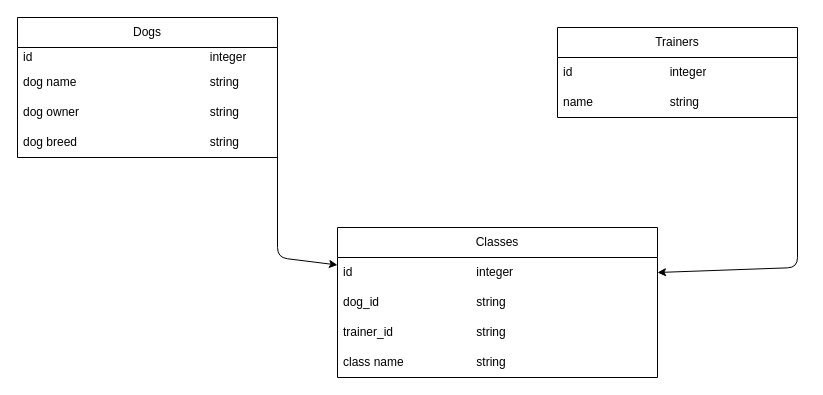
This is *.drawio from knowicki024/dog-trainers-app, a draw.io file, before an edit. Source tidied: cells renumbered, new cells numbered last; positions are measured from the earlier drawing's top-left corner, leaving out a move shared by most shapes. Both pictures are drawn from the tidied source at 100%, with x=0, y=0 at pixel (17, 17).
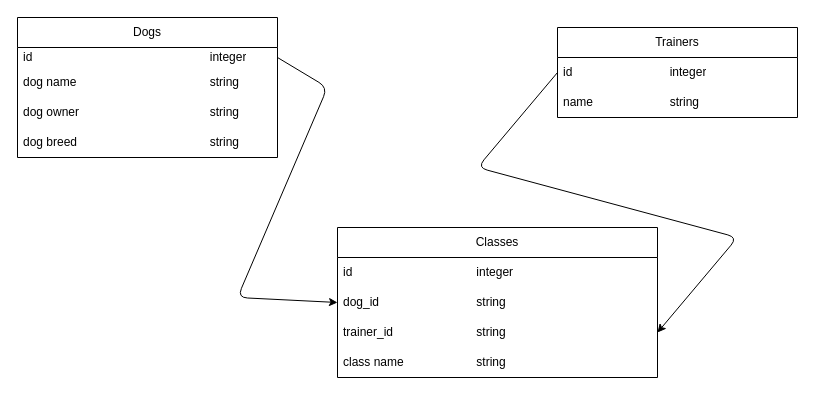
Above is the later version.

The change refers to these unchanged cells:
```xml
<mxCell id="3" value="id&lt;span style=&quot;white-space: pre;&quot;&gt;&#9;&lt;/span&gt;&lt;span style=&quot;white-space: pre;&quot;&gt;&#9;&lt;/span&gt;&lt;span style=&quot;white-space: pre;&quot;&gt;&#9;&lt;/span&gt;&lt;span style=&quot;white-space: pre;&quot;&gt;&#9;&lt;/span&gt;&lt;span style=&quot;white-space: pre;&quot;&gt;&#9;&lt;/span&gt;&lt;span style=&quot;white-space: pre;&quot;&gt;&#9;&lt;span style=&quot;white-space: pre;&quot;&gt;&#9;&lt;/span&gt;i&lt;/span&gt;nteger" style="text;strokeColor=none;fillColor=none;align=left;verticalAlign=middle;spacingLeft=4;spacingRight=4;overflow=hidden;points=[[0,0.5],[1,0.5]];portConstraint=eastwest;whiteSpace=wrap;html=1;" parent="2" vertex="1">
  <mxGeometry y="30" width="260" height="20" as="geometry" />
</mxCell>
<mxCell id="6" value="dog breed&lt;span style=&quot;white-space: pre;&quot;&gt;&#9;&lt;/span&gt;&lt;span style=&quot;white-space: pre;&quot;&gt;&#9;&lt;/span&gt;&lt;span style=&quot;white-space: pre;&quot;&gt;&#9;&lt;/span&gt;&lt;span style=&quot;white-space: pre;&quot;&gt;&#9;&lt;/span&gt;&lt;span style=&quot;white-space: pre;&quot;&gt;&#9;&lt;/span&gt;string" style="text;strokeColor=none;fillColor=none;align=left;verticalAlign=middle;spacingLeft=4;spacingRight=4;overflow=hidden;points=[[0,0.5],[1,0.5]];portConstraint=eastwest;whiteSpace=wrap;html=1;" parent="2" vertex="1">
  <mxGeometry y="110" width="260" height="30" as="geometry" />
</mxCell>
<mxCell id="7" value="Classes" style="swimlane;fontStyle=0;horizontal=1;startSize=30;whiteSpace=wrap;html=1;" parent="1" vertex="1">
  <mxGeometry x="320" y="210" width="320" height="150" as="geometry" />
</mxCell>
<mxCell id="8" value="id&lt;span style=&quot;white-space: pre;&quot;&gt;&#9;&lt;/span&gt;&lt;span style=&quot;white-space: pre;&quot;&gt;&#9;&lt;/span&gt;&lt;span style=&quot;white-space: pre;&quot;&gt;&#9;&lt;/span&gt;&lt;span style=&quot;white-space: pre;&quot;&gt;&#9;&lt;/span&gt;&lt;span style=&quot;white-space: pre;&quot;&gt;&#9;&lt;/span&gt;integer" style="text;strokeColor=none;fillColor=none;align=left;verticalAlign=middle;spacingLeft=4;spacingRight=4;overflow=hidden;points=[[0,0.5],[1,0.5]];portConstraint=eastwest;whiteSpace=wrap;html=1;" parent="7" vertex="1">
  <mxGeometry y="30" width="320" height="30" as="geometry" />
</mxCell>
<mxCell id="9" value="dog_id&lt;span style=&quot;white-space: pre;&quot;&gt;&#9;&lt;/span&gt;&lt;span style=&quot;white-space: pre;&quot;&gt;&#9;&lt;/span&gt;&lt;span style=&quot;white-space: pre;&quot;&gt;&#9;&lt;/span&gt;&lt;span style=&quot;white-space: pre;&quot;&gt;&#9;&lt;/span&gt;string" style="text;strokeColor=none;fillColor=none;align=left;verticalAlign=middle;spacingLeft=4;spacingRight=4;overflow=hidden;points=[[0,0.5],[1,0.5]];portConstraint=eastwest;whiteSpace=wrap;html=1;" parent="7" vertex="1">
  <mxGeometry y="60" width="320" height="30" as="geometry" />
</mxCell>
<mxCell id="10" value="trainer_id&lt;span style=&quot;white-space: pre;&quot;&gt;&#9;&lt;/span&gt;&lt;span style=&quot;white-space: pre;&quot;&gt;&#9;&lt;/span&gt;&lt;span style=&quot;white-space: pre;&quot;&gt;&#9;&lt;/span&gt;&lt;span style=&quot;white-space: pre;&quot;&gt;&#9;&lt;/span&gt;string" style="text;strokeColor=none;fillColor=none;align=left;verticalAlign=middle;spacingLeft=4;spacingRight=4;overflow=hidden;points=[[0,0.5],[1,0.5]];portConstraint=eastwest;whiteSpace=wrap;html=1;" parent="7" vertex="1">
  <mxGeometry y="90" width="320" height="30" as="geometry" />
</mxCell>
<mxCell id="13" value="id&lt;span style=&quot;white-space: pre;&quot;&gt;&#9;&lt;/span&gt;&lt;span style=&quot;white-space: pre;&quot;&gt;&#9;&lt;/span&gt;&lt;span style=&quot;white-space: pre;&quot;&gt;&#9;&lt;/span&gt;&lt;span style=&quot;white-space: pre;&quot;&gt;&#9;&lt;/span&gt;integer" style="text;strokeColor=none;fillColor=none;align=left;verticalAlign=middle;spacingLeft=4;spacingRight=4;overflow=hidden;points=[[0,0.5],[1,0.5]];portConstraint=eastwest;whiteSpace=wrap;html=1;" parent="12" vertex="1">
  <mxGeometry y="30" width="240" height="30" as="geometry" />
</mxCell>
<mxCell id="14" value="name&amp;nbsp;&lt;span style=&quot;white-space: pre;&quot;&gt;&#9;&lt;/span&gt;&lt;span style=&quot;white-space: pre;&quot;&gt;&#9;&lt;/span&gt;&lt;span style=&quot;white-space: pre;&quot;&gt;&#9;&lt;/span&gt;string" style="text;strokeColor=none;fillColor=none;align=left;verticalAlign=middle;spacingLeft=4;spacingRight=4;overflow=hidden;points=[[0,0.5],[1,0.5]];portConstraint=eastwest;whiteSpace=wrap;html=1;" parent="12" vertex="1">
  <mxGeometry y="60" width="240" height="30" as="geometry" />
</mxCell>
```

Change to the diagram source:
```diff
@@
-    <mxCell id="15" style="edgeStyle=none;html=1;exitX=1;exitY=0.5;exitDx=0;exitDy=0;entryX=0;entryY=0.25;entryDx=0;entryDy=0;" parent="1" edge="1" source="6" target="7">
-      <mxGeometry relative="1" as="geometry">
-        <Array as="points">
-          <mxPoint x="260" y="240" />
-        </Array>
-      </mxGeometry>
-    </mxCell>
-    <mxCell id="16" style="edgeStyle=none;html=1;exitX=1;exitY=0.5;exitDx=0;exitDy=0;entryX=1;entryY=0.5;entryDx=0;entryDy=0;" parent="1" edge="1" source="14" target="8">
-      <mxGeometry relative="1" as="geometry">
-        <Array as="points">
-          <mxPoint x="780" y="250" />
-        </Array>
-      </mxGeometry>
-    </mxCell>
+    <mxCell id="17" style="edgeStyle=none;html=1;exitX=1;exitY=0.5;exitDx=0;exitDy=0;entryX=0;entryY=0.5;entryDx=0;entryDy=0;" parent="1" edge="1" source="3" target="9">
+      <mxGeometry relative="1" as="geometry">
+        <Array as="points">
+          <mxPoint x="310" y="70" />
+          <mxPoint x="220" y="280" />
+        </Array>
+      </mxGeometry>
+    </mxCell>
+    <mxCell id="18" style="edgeStyle=none;html=1;exitX=0;exitY=0.5;exitDx=0;exitDy=0;entryX=1;entryY=0.5;entryDx=0;entryDy=0;" parent="1" edge="1" source="13" target="10">
+      <mxGeometry relative="1" as="geometry">
+        <Array as="points">
+          <mxPoint x="460" y="150" />
+          <mxPoint x="720" y="220" />
+        </Array>
+      </mxGeometry>
+    </mxCell>
```
